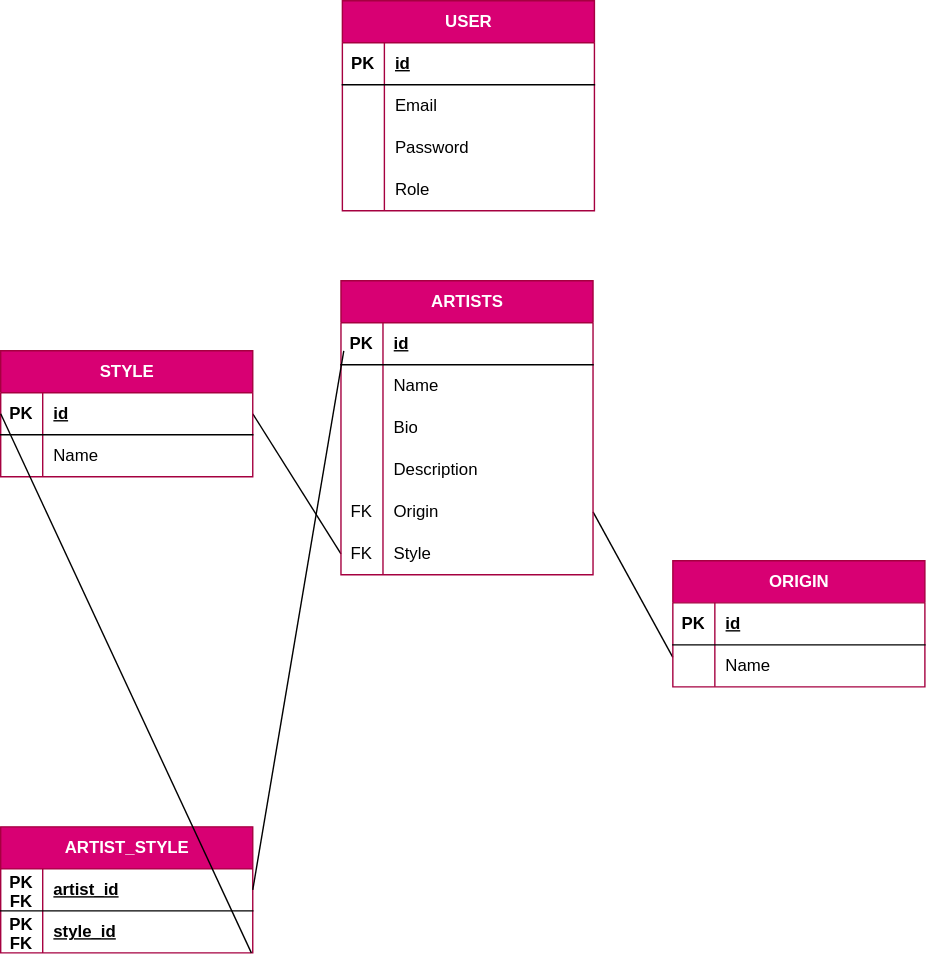
Before: code/merise /MLD.drawio.svg, a diagram exported from draw.io (Domitch/souk-sonore-festival). Source tidied: cells renumbered, new cells last; positions are measured from the earlier drawing's top-left corner, leaving out a move shared by most shapes.
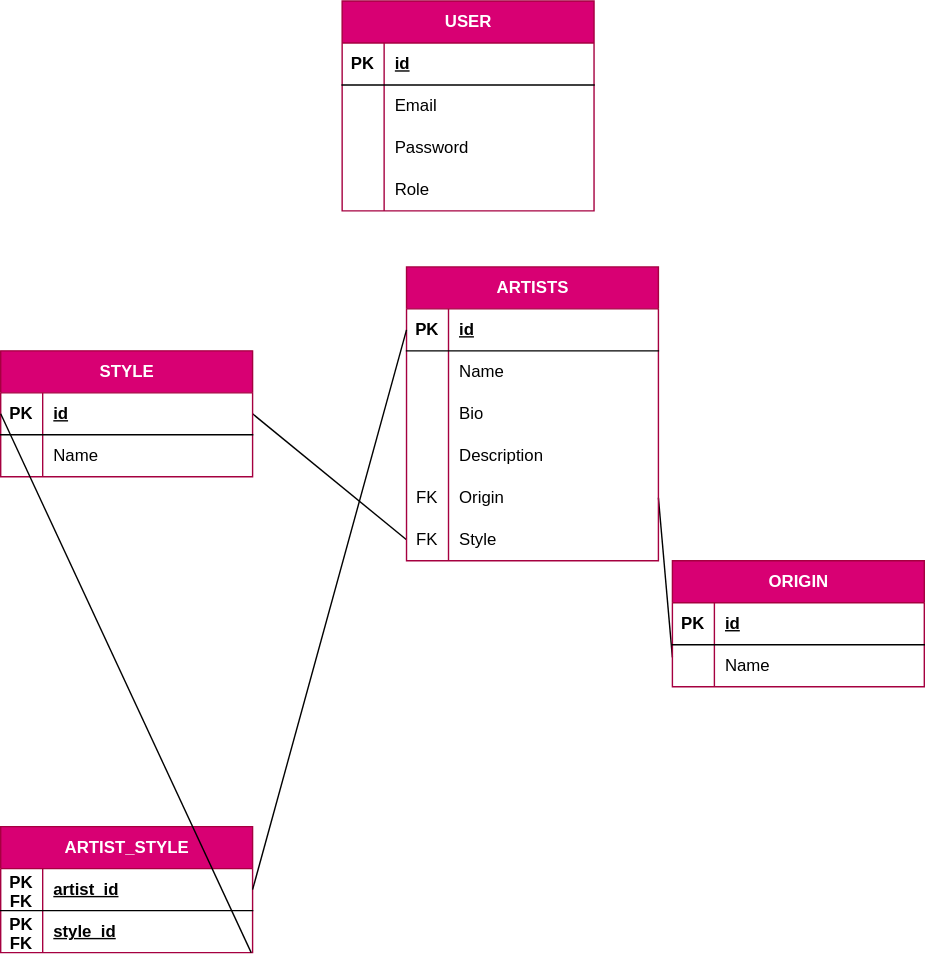
Above is the later version.

The edit, as a diff of the source:
```diff
@@ -50,7 +50,7 @@
       <mxGeometry x="30" width="150" height="30" as="geometry" />
     </mxCell>
     <mxCell id="17" value="ARTISTS" style="shape=table;startSize=30;rowLines=0;fontStyle=1;align=center;html=1;fillColor=#d80073;strokeColor=#A50040;fontColor=#ffffff;" parent="1" vertex="1">
-      <mxGeometry x="243" y="200" width="180" height="210" as="geometry" />
+      <mxGeometry x="290" y="190" width="180" height="210" as="geometry" />
     </mxCell>
     <mxCell id="18" style="shape=tableRow;horizontal=0;startSize=0;swimlaneHead=0;swimlaneBody=0;fillColor=none;points=[[0,0.5],[1,0.5]];portConstraint=eastwest;top=0;left=0;right=0;bottom=1;" parent="17" vertex="1">
       <mxGeometry y="30" width="180" height="30" as="geometry" />
@@ -175,10 +175,8 @@
     <mxCell id="58" value="style_id" style="shape=partialRectangle;fillColor=none;top=0;left=0;bottom=0;right=0;align=left;spacingLeft=6;fontStyle=5;overflow=hidden;whiteSpace=wrap;html=1;" parent="1" vertex="1">
       <mxGeometry x="30" y="650" width="150" height="30" as="geometry" />
     </mxCell>
-    <mxCell id="59" style="endArrow=none;html=1;rounded=0;entryX=1;entryY=0.5;entryDx=0;entryDy=0;" parent="1" edge="1" target="51">
-      <mxGeometry relative="1" as="geometry">
-        <mxPoint x="245" y="250" as="sourcePoint" />
-      </mxGeometry>
+    <mxCell id="59" style="endArrow=none;html=1;rounded=0;entryX=1;entryY=0.5;entryDx=0;entryDy=0;exitX=0;exitY=0.5;exitDx=0;exitDy=0;" parent="1" edge="1" source="18" target="51">
+      <mxGeometry relative="1" as="geometry" />
     </mxCell>
     <mxCell id="60" style="endArrow=none;html=1;rounded=0;entryX=1;entryY=0.5;entryDx=0;entryDy=0;exitX=0;exitY=0.5;exitDx=0;exitDy=0;" parent="1" edge="1" source="37">
       <mxGeometry relative="1" as="geometry">
```
